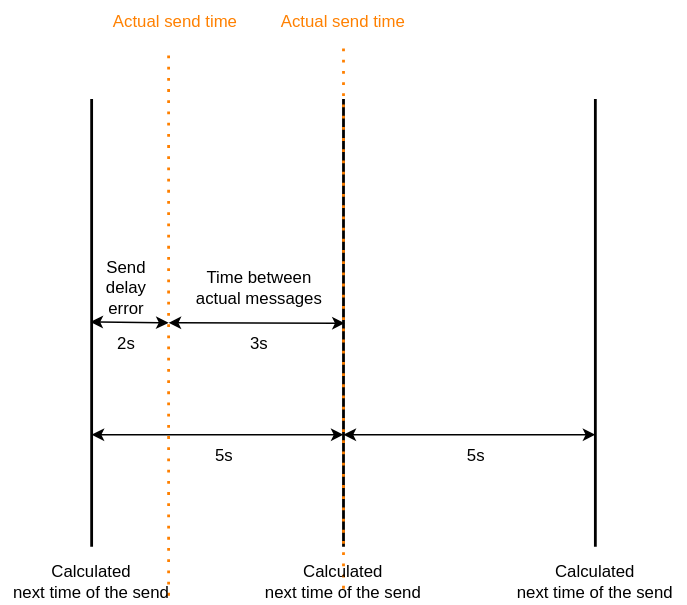
This is docs/thesis/images/daf-message-period.svg from davidhozic/discord-advertisement-framework, a draw.io export, as it was before one commit. Source tidied: cells renumbered, new cells last; positions are measured from the earlier drawing's top-left corner, leaving out a move shared by most shapes. The source it was exported from:
```xml
<mxGraphModel>
  <root>
    <mxCell id="0" />
    <mxCell id="1" parent="0" />
    <mxCell id="2" style="line;strokeWidth=2;direction=south;html=1;" parent="1" vertex="1">
      <mxGeometry x="60" y="70" width="10" height="320" as="geometry" />
    </mxCell>
    <mxCell id="3" style="line;strokeWidth=2;direction=south;html=1;" parent="1" vertex="1">
      <mxGeometry x="240" y="70" width="10" height="320" as="geometry" />
    </mxCell>
    <mxCell id="4" style="line;strokeWidth=2;direction=south;html=1;" parent="1" vertex="1">
      <mxGeometry x="420" y="70" width="10" height="320" as="geometry" />
    </mxCell>
    <mxCell id="5" style="endArrow=classic;startArrow=classic;html=1;rounded=0;exitX=0.75;exitY=0.5;exitDx=0;exitDy=0;exitPerimeter=0;entryX=0.75;entryY=0.5;entryDx=0;entryDy=0;entryPerimeter=0;" parent="1" edge="1" source="2" target="3">
      <mxGeometry relative="1" as="geometry" />
    </mxCell>
    <mxCell id="6" style="endArrow=classic;startArrow=classic;html=1;rounded=0;exitX=0.75;exitY=0.5;exitDx=0;exitDy=0;exitPerimeter=0;entryX=0.75;entryY=0.5;entryDx=0;entryDy=0;entryPerimeter=0;" parent="1" edge="1" source="3" target="4">
      <mxGeometry relative="1" as="geometry" />
    </mxCell>
    <mxCell id="7" value="5s" style="text;html=1;strokeColor=none;fillColor=none;align=center;verticalAlign=middle;whiteSpace=wrap;rounded=0;" parent="1" vertex="1">
      <mxGeometry x="130" y="310" width="60" height="30" as="geometry" />
    </mxCell>
    <mxCell id="8" value="5s" style="text;html=1;strokeColor=none;fillColor=none;align=center;verticalAlign=middle;whiteSpace=wrap;rounded=0;" parent="1" vertex="1">
      <mxGeometry x="310" y="310" width="60" height="30" as="geometry" />
    </mxCell>
    <mxCell id="9" style="endArrow=none;dashed=1;html=1;dashPattern=1 3;strokeWidth=2;rounded=0;strokeColor=#FF8000;" parent="1" edge="1">
      <mxGeometry relative="1" as="geometry">
        <mxPoint x="245" y="420" as="sourcePoint" />
        <mxPoint x="245" y="30" as="targetPoint" />
      </mxGeometry>
    </mxCell>
    <mxCell id="10" style="endArrow=none;dashed=1;html=1;dashPattern=1 3;strokeWidth=2;rounded=0;strokeColor=#FF8000;" parent="1" edge="1">
      <mxGeometry relative="1" as="geometry">
        <mxPoint x="120" y="425" as="sourcePoint" />
        <mxPoint x="120" y="35" as="targetPoint" />
      </mxGeometry>
    </mxCell>
    <mxCell id="11" style="endArrow=classic;startArrow=classic;html=1;rounded=0;exitX=0.498;exitY=0.586;exitDx=0;exitDy=0;exitPerimeter=0;" parent="1" edge="1" source="2">
      <mxGeometry relative="1" as="geometry">
        <mxPoint x="120" y="230" as="targetPoint" />
      </mxGeometry>
    </mxCell>
    <mxCell id="12" value="Send delay&lt;br&gt;error" style="text;html=1;strokeColor=none;fillColor=none;align=center;verticalAlign=middle;whiteSpace=wrap;rounded=0;" parent="1" vertex="1">
      <mxGeometry x="60" y="190" width="60" height="30" as="geometry" />
    </mxCell>
    <mxCell id="13" value="Calculated&lt;br&gt;next time of the send" style="text;html=1;strokeColor=none;fillColor=none;align=center;verticalAlign=middle;whiteSpace=wrap;rounded=0;" parent="1" vertex="1">
      <mxGeometry y="400" width="130" height="30" as="geometry" />
    </mxCell>
    <mxCell id="14" value="Calculated&lt;br&gt;next time of the send" style="text;html=1;strokeColor=none;fillColor=none;align=center;verticalAlign=middle;whiteSpace=wrap;rounded=0;" parent="1" vertex="1">
      <mxGeometry x="180" y="400" width="130" height="30" as="geometry" />
    </mxCell>
    <mxCell id="15" value="Calculated&lt;br&gt;next time of the send" style="text;html=1;strokeColor=none;fillColor=none;align=center;verticalAlign=middle;whiteSpace=wrap;rounded=0;" parent="1" vertex="1">
      <mxGeometry x="360" y="400" width="130" height="30" as="geometry" />
    </mxCell>
    <mxCell id="16" value="&lt;font color=&quot;#ff8000&quot;&gt;Actual send time&lt;/font&gt;" style="text;html=1;align=center;verticalAlign=middle;whiteSpace=wrap;rounded=0;" parent="1" vertex="1">
      <mxGeometry x="60" width="130" height="30" as="geometry" />
    </mxCell>
    <mxCell id="17" value="&lt;font color=&quot;#ff8000&quot;&gt;Actual send time&lt;/font&gt;" style="text;html=1;align=center;verticalAlign=middle;whiteSpace=wrap;rounded=0;" parent="1" vertex="1">
      <mxGeometry x="180" width="130" height="30" as="geometry" />
    </mxCell>
    <mxCell id="18" style="endArrow=classic;startArrow=classic;html=1;rounded=0;" parent="1" edge="1">
      <mxGeometry relative="1" as="geometry">
        <mxPoint x="120" y="230" as="sourcePoint" />
        <mxPoint x="245.9" y="230.3" as="targetPoint" />
      </mxGeometry>
    </mxCell>
    <mxCell id="19" value="Time between actual messages" style="text;html=1;strokeColor=none;fillColor=none;align=center;verticalAlign=middle;whiteSpace=wrap;rounded=0;" parent="1" vertex="1">
      <mxGeometry x="135" y="190" width="100" height="30" as="geometry" />
    </mxCell>
    <mxCell id="20" value="2s" style="text;html=1;strokeColor=none;fillColor=none;align=center;verticalAlign=middle;whiteSpace=wrap;rounded=0;" parent="1" vertex="1">
      <mxGeometry x="65" y="230" width="50" height="30" as="geometry" />
    </mxCell>
    <mxCell id="21" value="3s" style="text;html=1;strokeColor=none;fillColor=none;align=center;verticalAlign=middle;whiteSpace=wrap;rounded=0;" parent="1" vertex="1">
      <mxGeometry x="160" y="230" width="50" height="30" as="geometry" />
    </mxCell>
  </root>
</mxGraphModel>
```
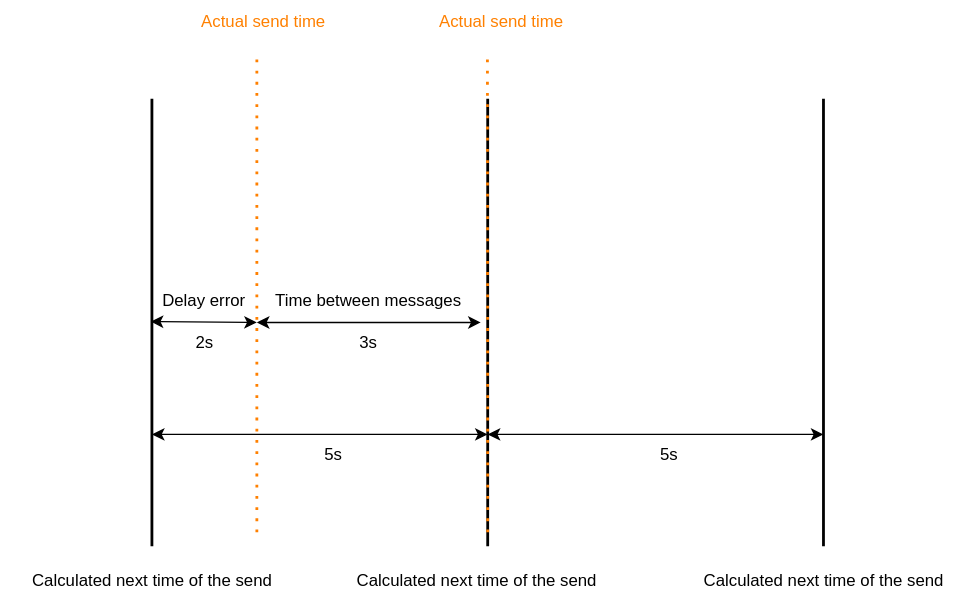
Above is the later version.

Change to the diagram source:
```diff
@@ -3,13 +3,13 @@
     <mxCell id="0" />
     <mxCell id="1" parent="0" />
     <mxCell id="2" style="line;strokeWidth=2;direction=south;html=1;" parent="1" vertex="1">
-      <mxGeometry x="60" y="70" width="10" height="320" as="geometry" />
+      <mxGeometry x="40" y="70" width="10" height="320" as="geometry" />
     </mxCell>
     <mxCell id="3" style="line;strokeWidth=2;direction=south;html=1;" parent="1" vertex="1">
-      <mxGeometry x="240" y="70" width="10" height="320" as="geometry" />
+      <mxGeometry x="280" y="70" width="10" height="320" as="geometry" />
     </mxCell>
     <mxCell id="4" style="line;strokeWidth=2;direction=south;html=1;" parent="1" vertex="1">
-      <mxGeometry x="420" y="70" width="10" height="320" as="geometry" />
+      <mxGeometry x="520" y="70" width="10" height="320" as="geometry" />
     </mxCell>
     <mxCell id="5" style="endArrow=classic;startArrow=classic;html=1;rounded=0;exitX=0.75;exitY=0.5;exitDx=0;exitDy=0;exitPerimeter=0;entryX=0.75;entryY=0.5;entryDx=0;entryDy=0;entryPerimeter=0;" parent="1" edge="1" source="2" target="3">
       <mxGeometry relative="1" as="geometry" />
@@ -18,21 +18,15 @@
       <mxGeometry relative="1" as="geometry" />
     </mxCell>
     <mxCell id="7" value="5s" style="text;html=1;strokeColor=none;fillColor=none;align=center;verticalAlign=middle;whiteSpace=wrap;rounded=0;" parent="1" vertex="1">
-      <mxGeometry x="130" y="310" width="60" height="30" as="geometry" />
+      <mxGeometry x="145" y="310" width="60" height="30" as="geometry" />
     </mxCell>
     <mxCell id="8" value="5s" style="text;html=1;strokeColor=none;fillColor=none;align=center;verticalAlign=middle;whiteSpace=wrap;rounded=0;" parent="1" vertex="1">
-      <mxGeometry x="310" y="310" width="60" height="30" as="geometry" />
+      <mxGeometry x="385" y="310" width="60" height="30" as="geometry" />
     </mxCell>
-    <mxCell id="9" style="endArrow=none;dashed=1;html=1;dashPattern=1 3;strokeWidth=2;rounded=0;strokeColor=#FF8000;" parent="1" edge="1">
-      <mxGeometry relative="1" as="geometry">
-        <mxPoint x="245" y="420" as="sourcePoint" />
-        <mxPoint x="245" y="30" as="targetPoint" />
-      </mxGeometry>
-    </mxCell>
     <mxCell id="10" style="endArrow=none;dashed=1;html=1;dashPattern=1 3;strokeWidth=2;rounded=0;strokeColor=#FF8000;" parent="1" edge="1">
       <mxGeometry relative="1" as="geometry">
-        <mxPoint x="120" y="425" as="sourcePoint" />
-        <mxPoint x="120" y="35" as="targetPoint" />
+        <mxPoint x="120" y="380" as="sourcePoint" />
+        <mxPoint x="120" y="40" as="targetPoint" />
       </mxGeometry>
     </mxCell>
     <mxCell id="11" style="endArrow=classic;startArrow=classic;html=1;rounded=0;exitX=0.498;exitY=0.586;exitDx=0;exitDy=0;exitPerimeter=0;" parent="1" edge="1" source="2">
@@ -40,38 +34,43 @@
         <mxPoint x="120" y="230" as="targetPoint" />
       </mxGeometry>
     </mxCell>
-    <mxCell id="12" value="Send delay&lt;br&gt;error" style="text;html=1;strokeColor=none;fillColor=none;align=center;verticalAlign=middle;whiteSpace=wrap;rounded=0;" parent="1" vertex="1">
-      <mxGeometry x="60" y="190" width="60" height="30" as="geometry" />
+    <mxCell id="12" value="Delay error" style="text;html=1;strokeColor=none;fillColor=none;align=center;verticalAlign=middle;whiteSpace=wrap;rounded=0;" parent="1" vertex="1">
+      <mxGeometry x="50" y="200" width="65" height="30" as="geometry" />
     </mxCell>
-    <mxCell id="13" value="Calculated&lt;br&gt;next time of the send" style="text;html=1;strokeColor=none;fillColor=none;align=center;verticalAlign=middle;whiteSpace=wrap;rounded=0;" parent="1" vertex="1">
-      <mxGeometry y="400" width="130" height="30" as="geometry" />
+    <mxCell id="13" value="Calculated next time of the send" style="text;html=1;strokeColor=none;fillColor=none;align=center;verticalAlign=middle;whiteSpace=wrap;rounded=0;" parent="1" vertex="1">
+      <mxGeometry x="-62.5" y="400" width="215" height="30" as="geometry" />
     </mxCell>
-    <mxCell id="14" value="Calculated&lt;br&gt;next time of the send" style="text;html=1;strokeColor=none;fillColor=none;align=center;verticalAlign=middle;whiteSpace=wrap;rounded=0;" parent="1" vertex="1">
-      <mxGeometry x="180" y="400" width="130" height="30" as="geometry" />
-    </mxCell>
-    <mxCell id="15" value="Calculated&lt;br&gt;next time of the send" style="text;html=1;strokeColor=none;fillColor=none;align=center;verticalAlign=middle;whiteSpace=wrap;rounded=0;" parent="1" vertex="1">
-      <mxGeometry x="360" y="400" width="130" height="30" as="geometry" />
-    </mxCell>
     <mxCell id="16" value="&lt;font color=&quot;#ff8000&quot;&gt;Actual send time&lt;/font&gt;" style="text;html=1;align=center;verticalAlign=middle;whiteSpace=wrap;rounded=0;" parent="1" vertex="1">
       <mxGeometry x="60" width="130" height="30" as="geometry" />
     </mxCell>
     <mxCell id="17" value="&lt;font color=&quot;#ff8000&quot;&gt;Actual send time&lt;/font&gt;" style="text;html=1;align=center;verticalAlign=middle;whiteSpace=wrap;rounded=0;" parent="1" vertex="1">
-      <mxGeometry x="180" width="130" height="30" as="geometry" />
+      <mxGeometry x="230" width="130" height="30" as="geometry" />
     </mxCell>
-    <mxCell id="18" style="endArrow=classic;startArrow=classic;html=1;rounded=0;" parent="1" edge="1">
-      <mxGeometry relative="1" as="geometry">
-        <mxPoint x="120" y="230" as="sourcePoint" />
-        <mxPoint x="245.9" y="230.3" as="targetPoint" />
-      </mxGeometry>
-    </mxCell>
-    <mxCell id="19" value="Time between actual messages" style="text;html=1;strokeColor=none;fillColor=none;align=center;verticalAlign=middle;whiteSpace=wrap;rounded=0;" parent="1" vertex="1">
-      <mxGeometry x="135" y="190" width="100" height="30" as="geometry" />
+    <mxCell id="19" value="Time between messages" style="text;html=1;strokeColor=none;fillColor=none;align=center;verticalAlign=middle;whiteSpace=wrap;rounded=0;" parent="1" vertex="1">
+      <mxGeometry x="120" y="200" width="160" height="30" as="geometry" />
     </mxCell>
     <mxCell id="20" value="2s" style="text;html=1;strokeColor=none;fillColor=none;align=center;verticalAlign=middle;whiteSpace=wrap;rounded=0;" parent="1" vertex="1">
-      <mxGeometry x="65" y="230" width="50" height="30" as="geometry" />
+      <mxGeometry x="57.5" y="230" width="50" height="30" as="geometry" />
     </mxCell>
     <mxCell id="21" value="3s" style="text;html=1;strokeColor=none;fillColor=none;align=center;verticalAlign=middle;whiteSpace=wrap;rounded=0;" parent="1" vertex="1">
-      <mxGeometry x="160" y="230" width="50" height="30" as="geometry" />
+      <mxGeometry x="175" y="230" width="50" height="30" as="geometry" />
     </mxCell>
+    <mxCell id="22" style="endArrow=classic;startArrow=classic;html=1;rounded=0;strokeColor=#000000;exitX=0;exitY=1;exitDx=0;exitDy=0;" parent="1" edge="1" source="19">
+      <mxGeometry relative="1" as="geometry">
+        <mxPoint x="280" y="230" as="targetPoint" />
+      </mxGeometry>
+    </mxCell>
+    <mxCell id="23" style="endArrow=none;dashed=1;html=1;dashPattern=1 3;strokeWidth=2;rounded=0;strokeColor=#FF8000;" parent="1" edge="1">
+      <mxGeometry relative="1" as="geometry">
+        <mxPoint x="285" y="380" as="sourcePoint" />
+        <mxPoint x="284.8" y="41.2" as="targetPoint" />
+      </mxGeometry>
+    </mxCell>
+    <mxCell id="24" value="Calculated next time of the send" style="text;html=1;strokeColor=none;fillColor=none;align=center;verticalAlign=middle;whiteSpace=wrap;rounded=0;" parent="1" vertex="1">
+      <mxGeometry x="170" y="400" width="215" height="30" as="geometry" />
+    </mxCell>
+    <mxCell id="25" value="Calculated next time of the send" style="text;html=1;strokeColor=none;fillColor=none;align=center;verticalAlign=middle;whiteSpace=wrap;rounded=0;" parent="1" vertex="1">
+      <mxGeometry x="417.5" y="400" width="215" height="30" as="geometry" />
+    </mxCell>
   </root>
 </mxGraphModel>
```
